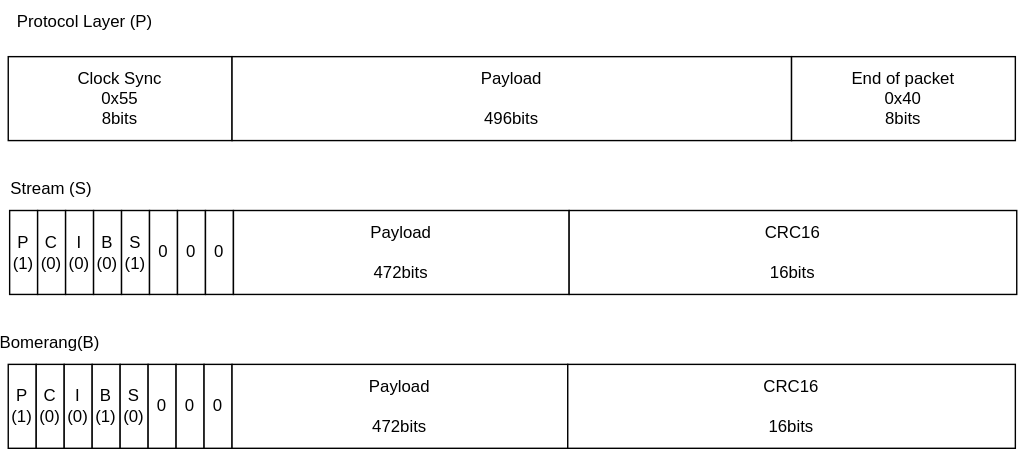
This is Packets.svg from cdg66/BUS_figures, a draw.io export, as it was before one commit. Source tidied: cells renumbered, new cells last; positions are measured from the earlier drawing's top-left corner, leaving out a move shared by most shapes.
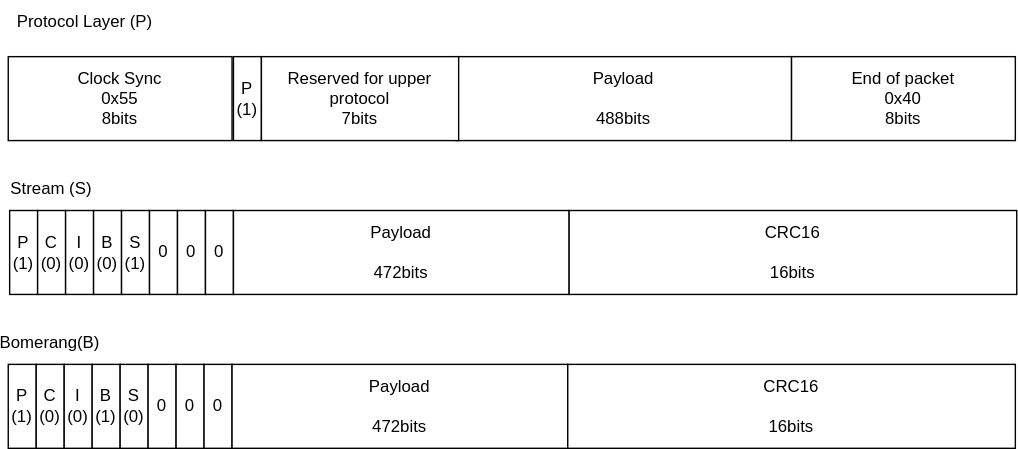
Later version of the same file.

The edit, as a diff of the source:
```diff
@@ -5,8 +5,8 @@
     <mxCell id="2" value="&lt;div&gt;Clock Sync&lt;/div&gt;&lt;div&gt;0x55&lt;/div&gt;&lt;div&gt;8bits&lt;br&gt;&lt;/div&gt;" style="rounded=0;whiteSpace=wrap;html=1;" parent="1" vertex="1">
       <mxGeometry y="40" width="160" height="60" as="geometry" />
     </mxCell>
-    <mxCell id="3" value="&lt;div&gt;Payload&lt;br&gt;&lt;/div&gt;&lt;div&gt;&lt;br&gt;&lt;/div&gt;&lt;div&gt;496bits&lt;br&gt;&lt;/div&gt;" style="rounded=0;whiteSpace=wrap;html=1;" parent="1" vertex="1">
-      <mxGeometry x="160" y="40" width="400" height="60" as="geometry" />
+    <mxCell id="3" value="&lt;div&gt;Payload&lt;br&gt;&lt;/div&gt;&lt;div&gt;&lt;br&gt;&lt;/div&gt;&lt;div&gt;488bits&lt;br&gt;&lt;/div&gt;" style="rounded=0;whiteSpace=wrap;html=1;" parent="1" vertex="1">
+      <mxGeometry x="320" y="40" width="240" height="60" as="geometry" />
     </mxCell>
     <mxCell id="4" value="&lt;div&gt;End of packet&lt;br&gt;&lt;/div&gt;&lt;div&gt;0x40&lt;/div&gt;&lt;div&gt;8bits&lt;br&gt;&lt;/div&gt;" style="rounded=0;whiteSpace=wrap;html=1;" parent="1" vertex="1">
       <mxGeometry x="560" y="40" width="160" height="60" as="geometry" />
@@ -80,5 +80,11 @@
     <mxCell id="27" value="&lt;div&gt;CRC16&lt;br&gt;&lt;/div&gt;&lt;div&gt;&lt;br&gt;&lt;/div&gt;&lt;div&gt;16bits&lt;br&gt;&lt;/div&gt;" style="rounded=0;whiteSpace=wrap;html=1;" parent="1" vertex="1">
       <mxGeometry x="400" y="260" width="320" height="60" as="geometry" />
     </mxCell>
+    <mxCell id="28" value="&lt;div&gt;P&lt;/div&gt;&lt;div&gt;(1)&lt;br&gt;&lt;/div&gt;" style="rounded=0;whiteSpace=wrap;html=1;" parent="1" vertex="1">
+      <mxGeometry x="161" y="40" width="20" height="60" as="geometry" />
+    </mxCell>
+    <mxCell id="29" value="&lt;div&gt;Reserved for upper protocol&lt;br&gt;&lt;/div&gt;&lt;div&gt;7bits&lt;br&gt;&lt;/div&gt;" style="rounded=0;whiteSpace=wrap;html=1;" parent="1" vertex="1">
+      <mxGeometry x="181" y="40" width="141" height="60" as="geometry" />
+    </mxCell>
   </root>
 </mxGraphModel>
```
